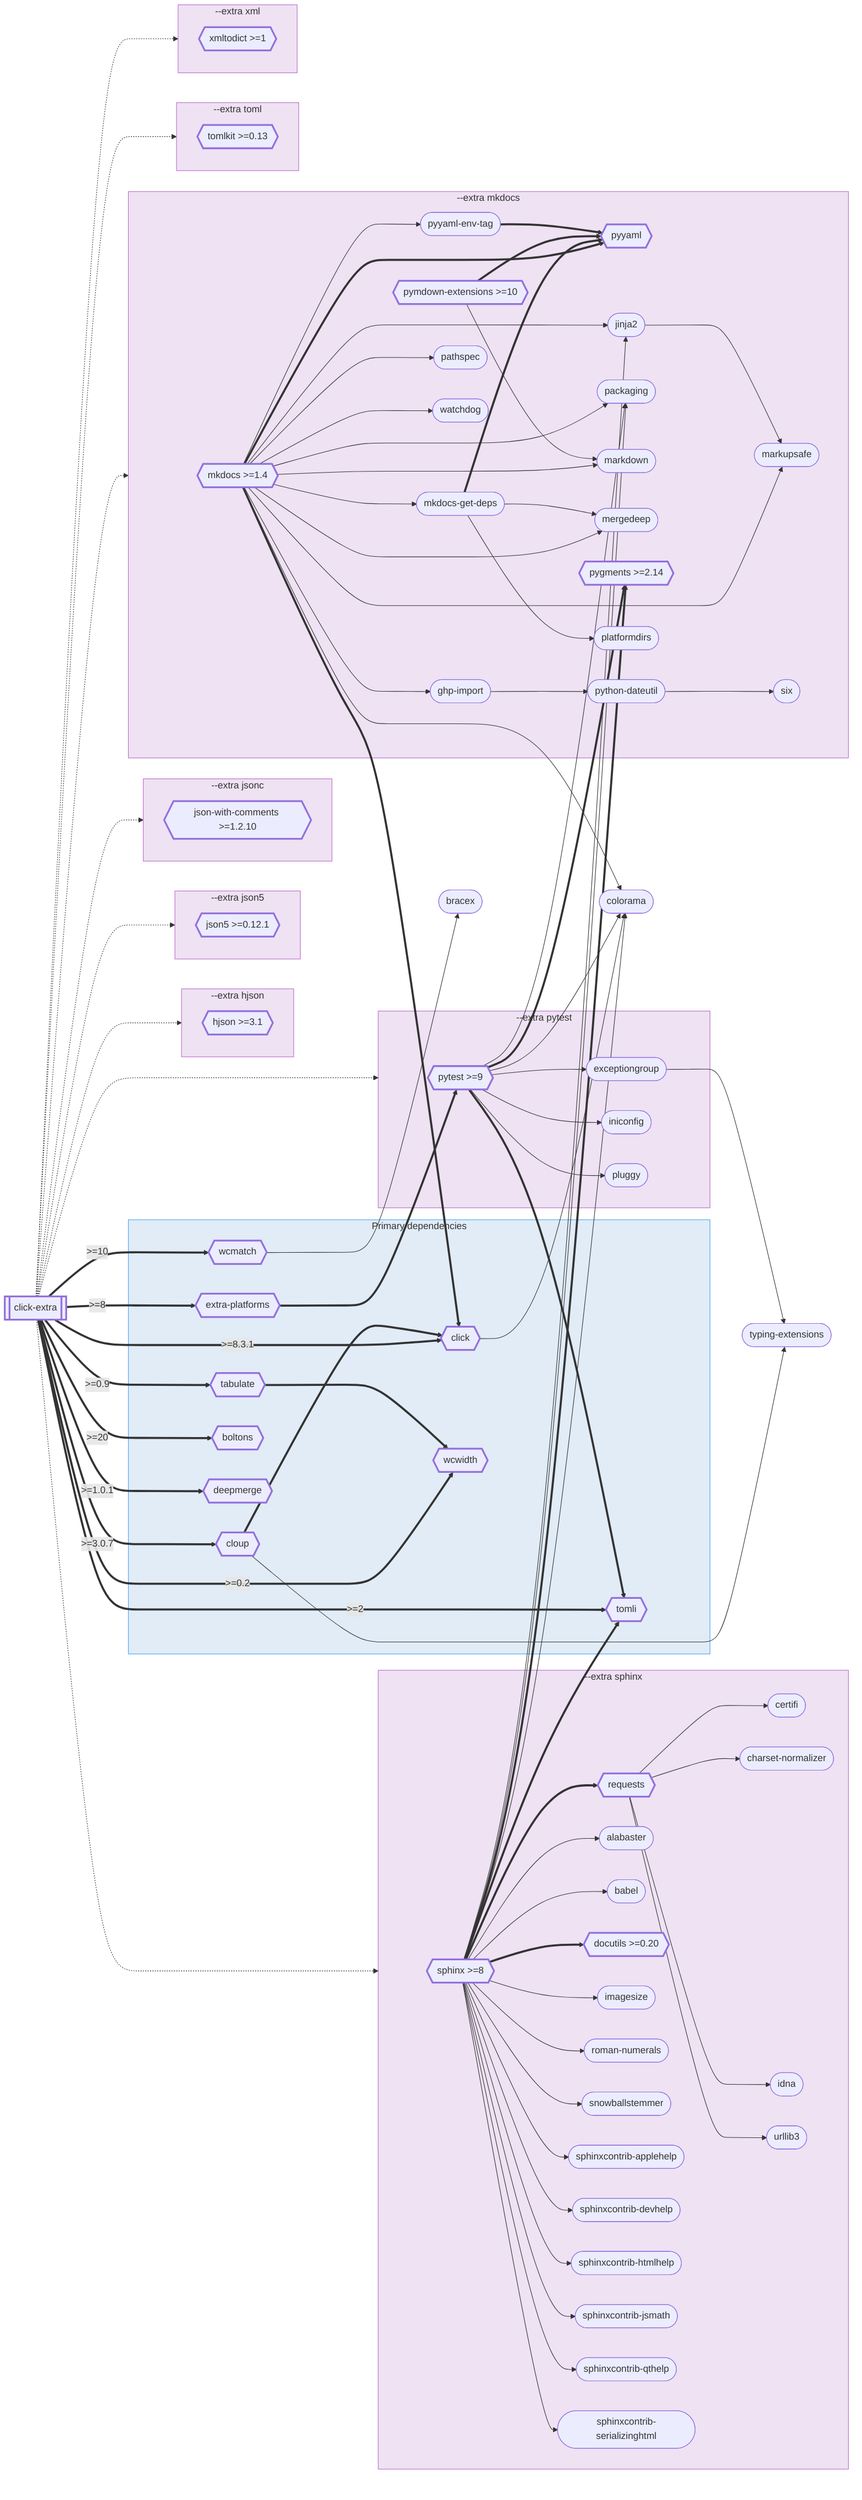
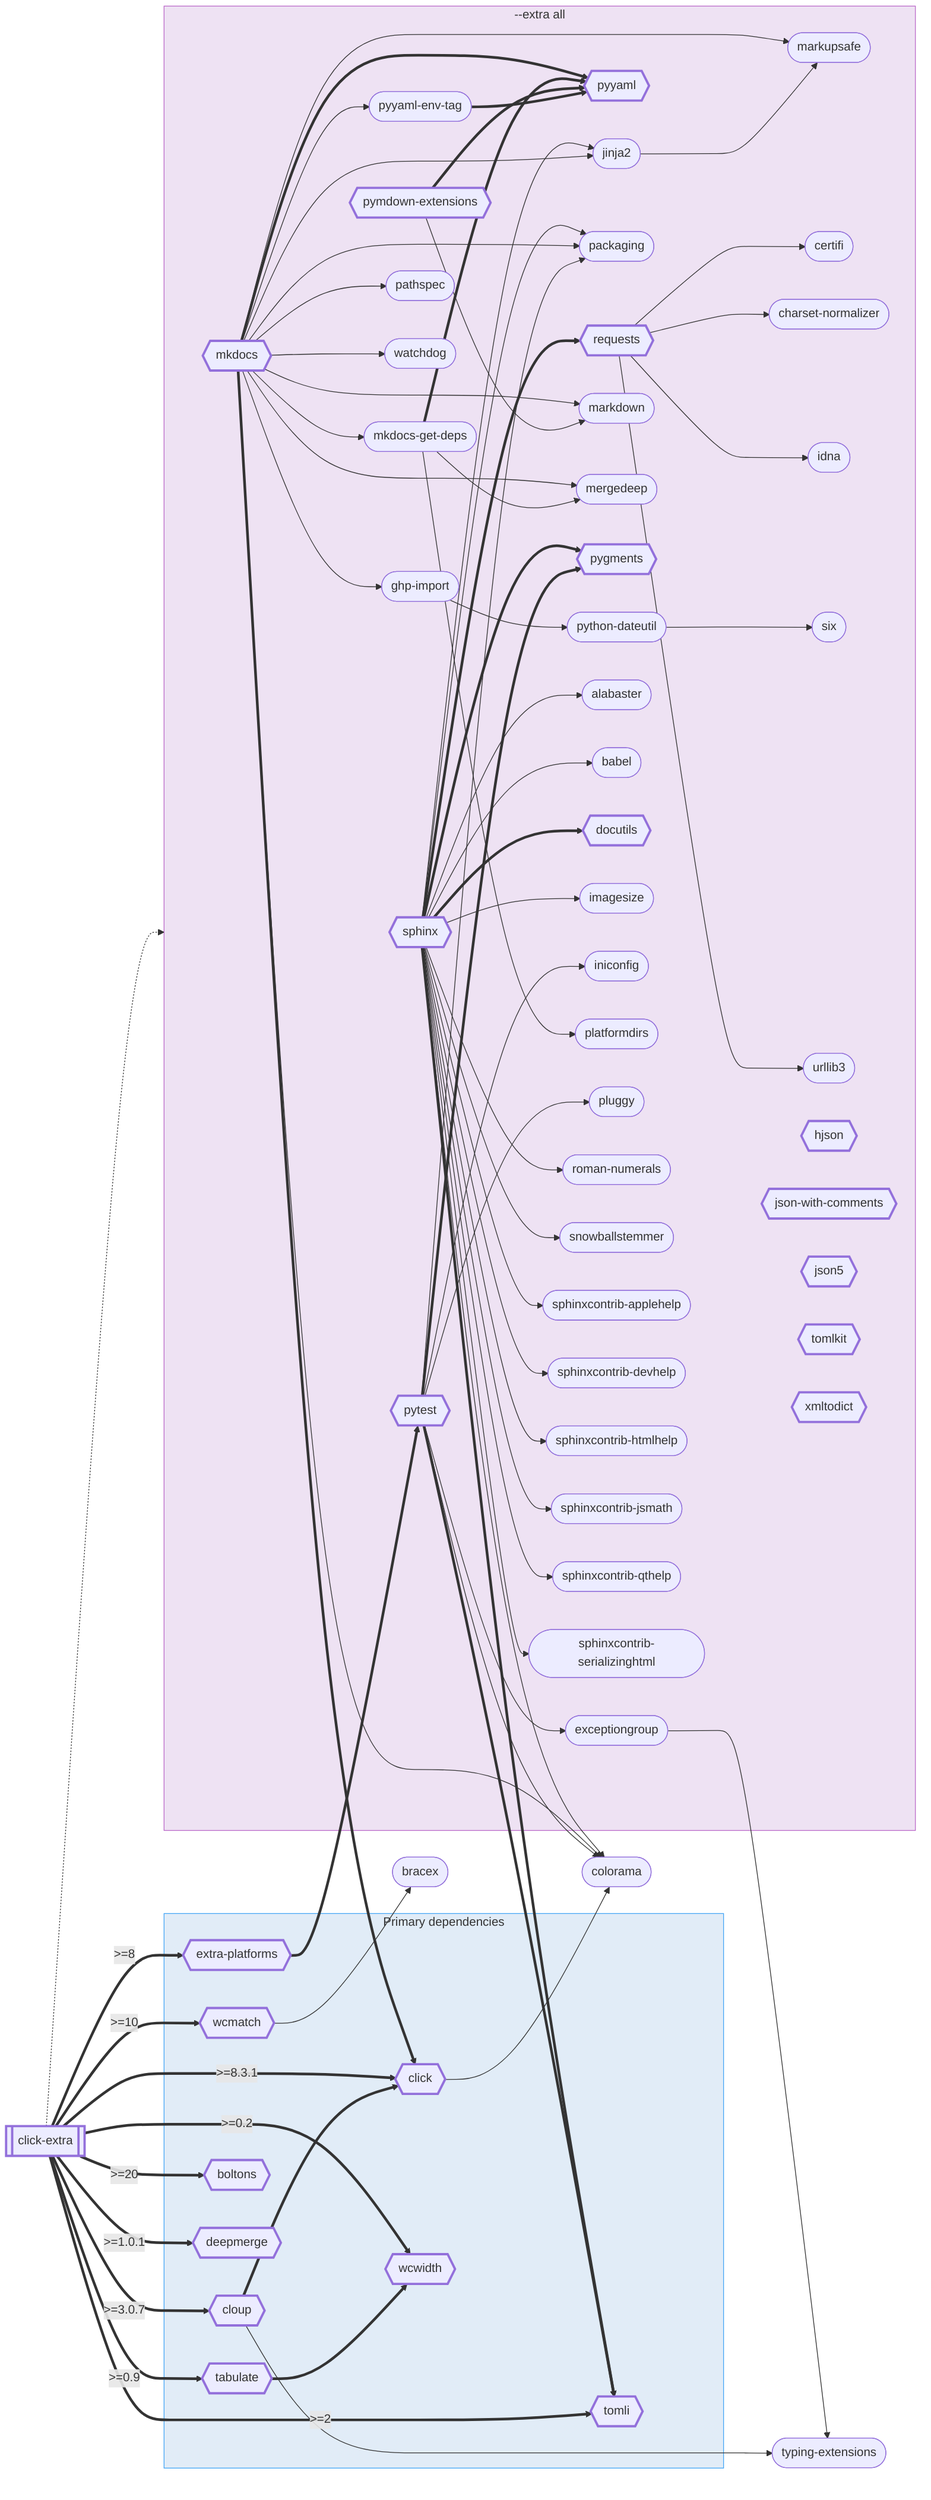
flowchart LR
    click_extra[["`click-extra`"]]

    subgraph primary-deps [Primary dependencies]
        extra_platforms{{"`extra-platforms`"}}
        cloup{{"`cloup`"}}
        click_0{{"`click`"}}
        tabulate{{"`tabulate`"}}
        wcmatch{{"`wcmatch`"}}
        tomli{{"`tomli`"}}
        wcwidth{{"`wcwidth`"}}
        boltons{{"`boltons`"}}
        deepmerge{{"`deepmerge`"}}
    end

    colorama(["`colorama`"])
    typing_extensions(["`typing-extensions`"])
    bracex(["`bracex`"])

-     subgraph ext_hjson [--extra hjson]
-         hjson{{"`hjson >=3.1`"}}
-     end
- 
-     subgraph ext_json5 [--extra json5]
-         json5{{"`json5 >=0.12.1`"}}
-     end
- 
-     subgraph ext_jsonc [--extra jsonc]
-         json_with_comments{{"`json-with-comments >=1.2.10`"}}
-     end
- 
-     subgraph ext_mkdocs [--extra mkdocs]
-         mkdocs{{"`mkdocs >=1.4`"}}
+     subgraph ext_all [--extra all]
+         sphinx{{"`sphinx`"}}
+         mkdocs{{"`mkdocs`"}}
+         pytest{{"`pytest`"}}
+         requests{{"`requests`"}}
        mkdocs_get_deps(["`mkdocs-get-deps`"])
        pyyaml{{"`pyyaml`"}}
        jinja2(["`jinja2`"])
        packaging(["`packaging`"])
+         exceptiongroup(["`exceptiongroup`"])
        ghp_import(["`ghp-import`"])
        markdown(["`markdown`"])
        markupsafe(["`markupsafe`"])
        mergedeep(["`mergedeep`"])
-         pygments{{"`pygments >=2.14`"}}
-         pymdown_extensions{{"`pymdown-extensions >=10`"}}
+         pygments{{"`pygments`"}}
+         pymdown_extensions{{"`pymdown-extensions`"}}
        python_dateutil(["`python-dateutil`"])
        pyyaml_env_tag(["`pyyaml-env-tag`"])
-         pathspec(["`pathspec`"])
-         platformdirs(["`platformdirs`"])
-         six(["`six`"])
-         watchdog(["`watchdog`"])
-     end
- 
-     subgraph ext_pytest [--extra pytest]
-         pytest{{"`pytest >=9`"}}
-         exceptiongroup(["`exceptiongroup`"])
-         iniconfig(["`iniconfig`"])
-         pluggy(["`pluggy`"])
-     end
- 
-     subgraph ext_sphinx [--extra sphinx]
-         sphinx{{"`sphinx >=8`"}}
-         requests{{"`requests`"}}
        alabaster(["`alabaster`"])
        babel(["`babel`"])
        certifi(["`certifi`"])
        charset_normalizer(["`charset-normalizer`"])
-         docutils{{"`docutils >=0.20`"}}
+         docutils{{"`docutils`"}}
        idna(["`idna`"])
        imagesize(["`imagesize`"])
+         iniconfig(["`iniconfig`"])
+         pathspec(["`pathspec`"])
+         platformdirs(["`platformdirs`"])
+         pluggy(["`pluggy`"])
        roman_numerals(["`roman-numerals`"])
+         six(["`six`"])
        snowballstemmer(["`snowballstemmer`"])
        sphinxcontrib_applehelp(["`sphinxcontrib-applehelp`"])
        sphinxcontrib_devhelp(["`sphinxcontrib-devhelp`"])
        sphinxcontrib_htmlhelp(["`sphinxcontrib-htmlhelp`"])
        sphinxcontrib_jsmath(["`sphinxcontrib-jsmath`"])
        sphinxcontrib_qthelp(["`sphinxcontrib-qthelp`"])
        sphinxcontrib_serializinghtml(["`sphinxcontrib-serializinghtml`"])
        urllib3(["`urllib3`"])
-     end
- 
-     subgraph ext_toml [--extra toml]
-         tomlkit{{"`tomlkit >=0.13`"}}
-     end
- 
-     subgraph ext_xml [--extra xml]
-         xmltodict{{"`xmltodict >=1`"}}
+         watchdog(["`watchdog`"])
+         hjson{{"`hjson`"}}
+         json_with_comments{{"`json-with-comments`"}}
+         json5{{"`json5`"}}
+         tomlkit{{"`tomlkit`"}}
+         xmltodict{{"`xmltodict`"}}
    end

    click_extra ==>|" >=8.3.1 "| click_0
    click_extra ==>|" >=3.0.7 "| cloup
    click_extra ==>|" >=2 "| tomli
    click_extra ==>|" >=8 "| extra_platforms
    click_extra ==>|" >=0.9 "| tabulate
    click_extra ==>|" >=10 "| wcmatch
    click_extra ==>|" >=0.2 "| wcwidth
    click_extra ==>|" >=20 "| boltons
    click_extra ==>|" >=1.0.1 "| deepmerge
    sphinx ==> requests
    sphinx --> colorama
    sphinx --> jinja2
    sphinx --> packaging
    sphinx ==> pygments
    sphinx ==> tomli
    sphinx --> alabaster
    sphinx --> babel
    sphinx ==> docutils
    sphinx --> imagesize
    sphinx --> roman_numerals
    sphinx --> snowballstemmer
    sphinx --> sphinxcontrib_applehelp
    sphinx --> sphinxcontrib_devhelp
    sphinx --> sphinxcontrib_htmlhelp
    sphinx --> sphinxcontrib_jsmath
    sphinx --> sphinxcontrib_qthelp
    sphinx --> sphinxcontrib_serializinghtml
    mkdocs --> mkdocs_get_deps
    mkdocs ==> pyyaml
    mkdocs ==> click_0
    mkdocs --> colorama
    mkdocs --> jinja2
    mkdocs --> packaging
    mkdocs --> ghp_import
    mkdocs --> markdown
    mkdocs --> markupsafe
    mkdocs --> mergedeep
    mkdocs --> pyyaml_env_tag
    mkdocs --> pathspec
    mkdocs --> watchdog
    pytest --> colorama
    pytest --> packaging
    pytest --> exceptiongroup
    pytest ==> pygments
    pytest ==> tomli
    pytest --> iniconfig
    pytest --> pluggy
    requests --> certifi
    requests --> charset_normalizer
    requests --> idna
    requests --> urllib3
    mkdocs_get_deps ==> pyyaml
    mkdocs_get_deps --> mergedeep
    mkdocs_get_deps --> platformdirs
    click_0 --> colorama
    jinja2 --> markupsafe
    cloup ==> click_0
    cloup --> typing_extensions
    exceptiongroup --> typing_extensions
    ghp_import --> python_dateutil
    pymdown_extensions ==> pyyaml
    pymdown_extensions --> markdown
    python_dateutil --> six
    pyyaml_env_tag ==> pyyaml
    extra_platforms ==> pytest
    tabulate ==> wcwidth
    wcmatch --> bracex
-     click_extra -.-> ext_hjson
-     click_extra -.-> ext_json5
-     click_extra -.-> ext_jsonc
-     click_extra -.-> ext_mkdocs
-     click_extra -.-> ext_pytest
-     click_extra -.-> ext_sphinx
-     click_extra -.-> ext_toml
-     click_extra -.-> ext_xml
+     click_extra -.-> ext_all

    click alabaster "https://pypi.org/project/alabaster/" _blank
    click babel "https://pypi.org/project/babel/" _blank
    click boltons "https://pypi.org/project/boltons/" _blank
    click bracex "https://pypi.org/project/bracex/" _blank
    click certifi "https://pypi.org/project/certifi/" _blank
    click charset_normalizer "https://pypi.org/project/charset-normalizer/" _blank
    click click_0 "https://pypi.org/project/click/" _blank
    click click_extra "https://pypi.org/project/click-extra/" _blank
    click cloup "https://pypi.org/project/cloup/" _blank
    click colorama "https://pypi.org/project/colorama/" _blank
    click deepmerge "https://pypi.org/project/deepmerge/" _blank
    click docutils "https://pypi.org/project/docutils/" _blank
    click exceptiongroup "https://pypi.org/project/exceptiongroup/" _blank
    click extra_platforms "https://pypi.org/project/extra-platforms/" _blank
    click ghp_import "https://pypi.org/project/ghp-import/" _blank
    click hjson "https://pypi.org/project/hjson/" _blank
    click idna "https://pypi.org/project/idna/" _blank
    click imagesize "https://pypi.org/project/imagesize/" _blank
    click iniconfig "https://pypi.org/project/iniconfig/" _blank
    click jinja2 "https://pypi.org/project/jinja2/" _blank
    click json_with_comments "https://pypi.org/project/json-with-comments/" _blank
    click json5 "https://pypi.org/project/json5/" _blank
    click markdown "https://pypi.org/project/markdown/" _blank
    click markupsafe "https://pypi.org/project/markupsafe/" _blank
    click mergedeep "https://pypi.org/project/mergedeep/" _blank
    click mkdocs "https://pypi.org/project/mkdocs/" _blank
    click mkdocs_get_deps "https://pypi.org/project/mkdocs-get-deps/" _blank
    click packaging "https://pypi.org/project/packaging/" _blank
    click pathspec "https://pypi.org/project/pathspec/" _blank
    click platformdirs "https://pypi.org/project/platformdirs/" _blank
    click pluggy "https://pypi.org/project/pluggy/" _blank
    click pygments "https://pypi.org/project/pygments/" _blank
    click pymdown_extensions "https://pypi.org/project/pymdown-extensions/" _blank
    click pytest "https://pypi.org/project/pytest/" _blank
    click python_dateutil "https://pypi.org/project/python-dateutil/" _blank
    click pyyaml "https://pypi.org/project/pyyaml/" _blank
    click pyyaml_env_tag "https://pypi.org/project/pyyaml-env-tag/" _blank
    click requests "https://pypi.org/project/requests/" _blank
    click roman_numerals "https://pypi.org/project/roman-numerals/" _blank
    click six "https://pypi.org/project/six/" _blank
    click snowballstemmer "https://pypi.org/project/snowballstemmer/" _blank
    click sphinx "https://pypi.org/project/sphinx/" _blank
    click sphinxcontrib_applehelp "https://pypi.org/project/sphinxcontrib-applehelp/" _blank
    click sphinxcontrib_devhelp "https://pypi.org/project/sphinxcontrib-devhelp/" _blank
    click sphinxcontrib_htmlhelp "https://pypi.org/project/sphinxcontrib-htmlhelp/" _blank
    click sphinxcontrib_jsmath "https://pypi.org/project/sphinxcontrib-jsmath/" _blank
    click sphinxcontrib_qthelp "https://pypi.org/project/sphinxcontrib-qthelp/" _blank
    click sphinxcontrib_serializinghtml "https://pypi.org/project/sphinxcontrib-serializinghtml/" _blank
    click tabulate "https://pypi.org/project/tabulate/" _blank
    click tomli "https://pypi.org/project/tomli/" _blank
    click tomlkit "https://pypi.org/project/tomlkit/" _blank
    click typing_extensions "https://pypi.org/project/typing-extensions/" _blank
    click urllib3 "https://pypi.org/project/urllib3/" _blank
    click watchdog "https://pypi.org/project/watchdog/" _blank
    click wcmatch "https://pypi.org/project/wcmatch/" _blank
    click wcwidth "https://pypi.org/project/wcwidth/" _blank
    click xmltodict "https://pypi.org/project/xmltodict/" _blank

    style click_extra stroke-width:3px
    style boltons stroke-width:3px
    style click_0 stroke-width:3px
+     style click_extra stroke-width:3px
    style cloup stroke-width:3px
    style deepmerge stroke-width:3px
    style docutils stroke-width:3px
    style extra_platforms stroke-width:3px
    style hjson stroke-width:3px
    style json_with_comments stroke-width:3px
    style json5 stroke-width:3px
    style mkdocs stroke-width:3px
    style pygments stroke-width:3px
    style pymdown_extensions stroke-width:3px
    style pytest stroke-width:3px
    style pyyaml stroke-width:3px
    style requests stroke-width:3px
    style sphinx stroke-width:3px
    style tabulate stroke-width:3px
    style tomli stroke-width:3px
    style tomlkit stroke-width:3px
    style wcmatch stroke-width:3px
    style wcwidth stroke-width:3px
    style xmltodict stroke-width:3px

    style primary-deps fill:#1565C020,stroke:#42A5F5
-     style ext_hjson fill:#7B1FA220,stroke:#BA68C8
-     style ext_json5 fill:#7B1FA220,stroke:#BA68C8
-     style ext_jsonc fill:#7B1FA220,stroke:#BA68C8
-     style ext_mkdocs fill:#7B1FA220,stroke:#BA68C8
-     style ext_pytest fill:#7B1FA220,stroke:#BA68C8
-     style ext_sphinx fill:#7B1FA220,stroke:#BA68C8
-     style ext_toml fill:#7B1FA220,stroke:#BA68C8
-     style ext_xml fill:#7B1FA220,stroke:#BA68C8
+     style ext_all fill:#7B1FA220,stroke:#BA68C8
